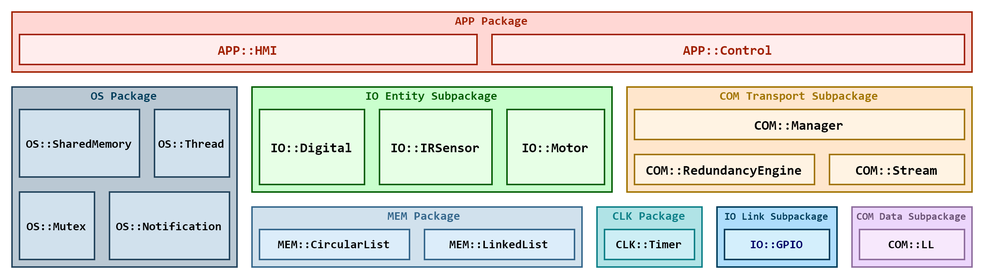
The draw.io diagram Proj/Iterations/1/Design/Navigation-Subsystem/Architectural-Overview/software-stack/full-stack-overview/full-stack-overview.png in LPI2-DreamTeam/rfcar, before a commit. Source tidied: cells renumbered, new cells last; positions are measured from the earlier drawing's top-left corner, leaving out a move shared by most shapes.
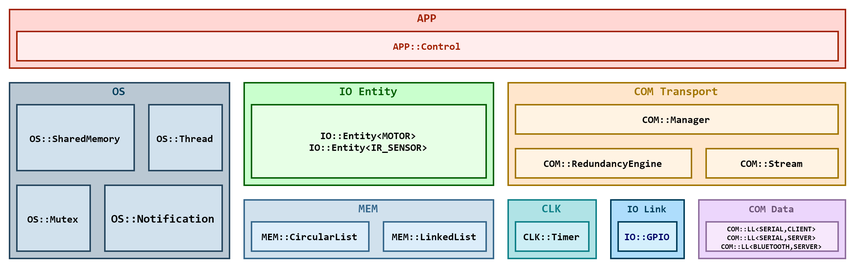
After the commit.

Commit message:
UPDT: Updated diagrams

What changed in the source:
```diff
@@ -3,44 +3,26 @@
     <mxCell id="0" />
     <mxCell id="1" parent="0" />
     <mxCell id="2" style="rounded=0;whiteSpace=wrap;html=1;fontFamily=Consolas;fontSize=9;align=center;fontStyle=1;spacingRight=0;labelPosition=center;verticalLabelPosition=middle;verticalAlign=middle;labelBackgroundColor=none;strokeColor=#A12102;fontColor=#A12102;fillColor=#FFD7D4;" parent="1" vertex="1">
-      <mxGeometry width="640" height="40" as="geometry" />
+      <mxGeometry width="570" height="40" as="geometry" />
     </mxCell>
     <mxCell id="3" style="rounded=0;whiteSpace=wrap;html=1;fontFamily=Consolas;fontSize=9;align=center;fontStyle=1;spacingRight=0;labelPosition=center;verticalLabelPosition=middle;verticalAlign=middle;strokeColor=#035E03;fillColor=#C9FFCD;" parent="1" vertex="1">
-      <mxGeometry x="160" y="50" width="240" height="70" as="geometry" />
+      <mxGeometry x="160" y="50" width="170" height="70" as="geometry" />
     </mxCell>
     <mxCell id="4" style="rounded=0;whiteSpace=wrap;html=1;labelBackgroundColor=none;fontFamily=Consolas;fontSize=8;align=center;gradientDirection=east;fontColor=#333333;fontStyle=1;fillColor=#BAC8D3;strokeColor=#23445D;" parent="1" vertex="1">
       <mxGeometry y="50" width="150" height="120" as="geometry" />
     </mxCell>
     <mxCell id="5" style="rounded=0;whiteSpace=wrap;html=1;labelBackgroundColor=none;fontFamily=Consolas;fontSize=8;align=center;gradientDirection=east;fontStyle=1;fillColor=#b0e3e6;strokeColor=#0e8088;" parent="1" vertex="1">
-      <mxGeometry x="390" y="130" width="70" height="40" as="geometry" />
+      <mxGeometry x="340" y="130" width="60" height="40" as="geometry" />
     </mxCell>
     <mxCell id="6" style="rounded=0;whiteSpace=wrap;html=1;fontSize=9;fontFamily=Consolas;verticalAlign=top;labelPosition=center;verticalLabelPosition=middle;align=center;fillColor=#FFE6CC;strokeColor=#A17400;" parent="1" vertex="1">
-      <mxGeometry x="410" y="50" width="230" height="70" as="geometry" />
+      <mxGeometry x="340" y="50" width="230" height="70" as="geometry" />
     </mxCell>
     <mxCell id="7" style="rounded=0;whiteSpace=wrap;html=1;fontSize=9;fontFamily=Consolas;verticalAlign=top;labelPosition=center;verticalLabelPosition=middle;align=center;fillColor=#ECD6FC;strokeColor=#8F6E9E;" parent="1" vertex="1">
-      <mxGeometry x="560" y="130" width="80" height="40" as="geometry" />
+      <mxGeometry x="470" y="130" width="100" height="40" as="geometry" />
     </mxCell>
-    <mxCell id="8" value="COM::Manager" style="rounded=0;whiteSpace=wrap;html=1;fontFamily=Consolas;fontSize=9;align=center;fontStyle=1;spacingRight=0;labelPosition=center;verticalLabelPosition=middle;verticalAlign=middle;fillColor=#FFF3E3;strokeColor=#A17400;" parent="1" vertex="1">
-      <mxGeometry x="415" y="65" width="220" height="20" as="geometry" />
-    </mxCell>
-    <mxCell id="9" value="APP::Control" style="rounded=0;whiteSpace=wrap;html=1;fontFamily=Consolas;fontSize=9;align=center;fontStyle=1;spacingRight=0;labelPosition=center;verticalLabelPosition=middle;verticalAlign=middle;labelBackgroundColor=none;fillColor=#FFEDED;strokeColor=#A12102;fontColor=#A12102;" parent="1" vertex="1">
-      <mxGeometry x="320" y="15" width="315" height="20" as="geometry" />
-    </mxCell>
-    <mxCell id="10" value="COM::RedundancyEngine" style="rounded=0;whiteSpace=wrap;html=1;fontFamily=Consolas;fontSize=9;align=center;fontStyle=1;spacingRight=0;labelPosition=center;verticalLabelPosition=middle;verticalAlign=middle;horizontal=1;fillColor=#FFF3E3;strokeColor=#A17400;" parent="1" vertex="1">
-      <mxGeometry x="415" y="95" width="120" height="20" as="geometry" />
+    <mxCell id="10" value="COM::RedundancyEngine" style="rounded=0;whiteSpace=wrap;html=1;fontFamily=Consolas;fontSize=7;align=center;fontStyle=1;spacingRight=0;labelPosition=center;verticalLabelPosition=middle;verticalAlign=middle;horizontal=1;fillColor=#FFF3E3;strokeColor=#A17400;" parent="1" vertex="1">
+      <mxGeometry x="345" y="95" width="120" height="20" as="geometry" />
     </mxCell>
-    <mxCell id="11" value="APP::HMI" style="rounded=0;whiteSpace=wrap;html=1;fontFamily=Consolas;fontSize=9;align=center;fontStyle=1;spacingRight=0;labelPosition=center;verticalLabelPosition=middle;verticalAlign=middle;labelBackgroundColor=none;fillColor=#FFEDED;strokeColor=#A12102;fontColor=#A12102;" parent="1" vertex="1">
-      <mxGeometry x="5" y="15" width="305" height="20" as="geometry" />
-    </mxCell>
-    <mxCell id="12" value="IO::Digital" style="rounded=0;whiteSpace=wrap;html=1;fontFamily=Consolas;fontSize=9;align=center;fontStyle=1;spacingRight=0;labelPosition=center;verticalLabelPosition=middle;verticalAlign=middle;fillColor=#E7FFE6;strokeColor=#035E03;" parent="1" vertex="1">
-      <mxGeometry x="165" y="65" width="70" height="50" as="geometry" />
-    </mxCell>
-    <mxCell id="13" value="IO::Motor" style="rounded=0;whiteSpace=wrap;html=1;fontFamily=Consolas;fontSize=9;align=center;fontStyle=1;spacingRight=0;labelPosition=center;verticalLabelPosition=middle;verticalAlign=middle;fillColor=#E7FFE6;strokeColor=#035E03;" parent="1" vertex="1">
-      <mxGeometry x="330" y="65" width="65" height="50" as="geometry" />
-    </mxCell>
-    <mxCell id="14" value="IO::IRSensor" style="rounded=0;whiteSpace=wrap;html=1;fontFamily=Consolas;fontSize=9;align=center;fontStyle=1;spacingRight=0;labelPosition=center;verticalLabelPosition=middle;verticalAlign=middle;fillColor=#E7FFE6;strokeColor=#035E03;" parent="1" vertex="1">
-      <mxGeometry x="245" y="65" width="75" height="50" as="geometry" />
-    </mxCell>
     <mxCell id="15" value="OS::Thread" style="rounded=0;whiteSpace=wrap;html=1;labelBackgroundColor=none;fontFamily=Consolas;fontSize=8;align=center;gradientDirection=east;fontStyle=1;fillColor=#D1E1ED;strokeColor=#23445D;" parent="1" vertex="1">
       <mxGeometry x="95" y="65" width="50" height="45" as="geometry" />
     </mxCell>
@@ -50,56 +32,86 @@
     <mxCell id="17" value="OS::Mutex" style="rounded=0;whiteSpace=wrap;html=1;labelBackgroundColor=none;fontFamily=Consolas;fontSize=8;align=center;gradientDirection=east;fontStyle=1;fillColor=#D1E1ED;strokeColor=#23445D;" parent="1" vertex="1">
       <mxGeometry x="5" y="120" width="50" height="45" as="geometry" />
     </mxCell>
-    <mxCell id="18" value="&lt;font style=&quot;font-size: 8px&quot;&gt;CLK::Timer&lt;/font&gt;" style="rounded=0;whiteSpace=wrap;html=1;labelBackgroundColor=none;fontFamily=Consolas;fontSize=8;align=center;gradientDirection=east;fontStyle=1;strokeColor=#0e8088;fillColor=#CDEEF5;" parent="1" vertex="1">
-      <mxGeometry x="395" y="145" width="60" height="20" as="geometry" />
-    </mxCell>
-    <mxCell id="19" value="COM::LL" style="rounded=0;whiteSpace=wrap;html=1;fontFamily=Consolas;fontSize=8;align=center;fontStyle=1;spacingRight=0;verticalAlign=middle;fillColor=#F7E8FC;strokeColor=#8F6E9E;" parent="1" vertex="1">
-      <mxGeometry x="565" y="145" width="70" height="20" as="geometry" />
+    <mxCell id="19" value="COM::LL&amp;lt;SERIAL,CLIENT&amp;gt;&lt;br style=&quot;font-size: 5px;&quot;&gt;COM::LL&amp;lt;SERIAL,SERVER&amp;gt;&lt;br style=&quot;font-size: 5px;&quot;&gt;COM::LL&amp;lt;BLUETOOTH,SERVER&amp;gt;" style="rounded=0;whiteSpace=wrap;html=1;fontFamily=Consolas;fontSize=5;align=center;fontStyle=1;spacingRight=0;verticalAlign=middle;fillColor=#F7E8FC;strokeColor=#8F6E9E;horizontal=1;" parent="1" vertex="1">
+      <mxGeometry x="475" y="145" width="90" height="20" as="geometry" />
     </mxCell>
-    <mxCell id="20" value="COM::Stream" style="rounded=0;whiteSpace=wrap;html=1;fontFamily=Consolas;fontSize=9;align=center;fontStyle=1;spacingRight=0;labelPosition=center;verticalLabelPosition=middle;verticalAlign=middle;horizontal=1;fillColor=#FFF3E3;strokeColor=#A17400;" parent="1" vertex="1">
-      <mxGeometry x="545" y="95" width="90" height="20" as="geometry" />
+    <mxCell id="20" value="COM::Stream" style="rounded=0;whiteSpace=wrap;html=1;fontFamily=Consolas;fontSize=7;align=center;fontStyle=1;spacingRight=0;labelPosition=center;verticalLabelPosition=middle;verticalAlign=middle;horizontal=1;fillColor=#FFF3E3;strokeColor=#A17400;" parent="1" vertex="1">
+      <mxGeometry x="475" y="95" width="90" height="20" as="geometry" />
     </mxCell>
     <mxCell id="21" style="rounded=0;whiteSpace=wrap;html=1;fontSize=9;fontFamily=Consolas;verticalAlign=top;labelPosition=center;verticalLabelPosition=middle;align=center;fillColor=#AEDDFC;strokeColor=#003D5B;" parent="1" vertex="1">
-      <mxGeometry x="470" y="130" width="80" height="40" as="geometry" />
+      <mxGeometry x="410" y="130" width="50" height="40" as="geometry" />
     </mxCell>
-    <mxCell id="22" value="IO::GPIO" style="rounded=0;whiteSpace=wrap;html=1;fontFamily=Consolas;fontSize=8;align=center;fontStyle=1;spacingRight=0;fontColor=#000066;verticalAlign=middle;fillColor=#D4EFFC;strokeColor=#003D5B;" parent="1" vertex="1">
-      <mxGeometry x="475" y="145" width="70" height="20" as="geometry" />
-    </mxCell>
-    <mxCell id="23" value="&lt;span style=&quot;color: rgb(106, 82, 117); font-weight: 700; font-size: 7px;&quot;&gt;COM Data&amp;nbsp;&lt;/span&gt;&lt;font color=&quot;#6a5275&quot; style=&quot;font-size: 7px;&quot;&gt;&lt;b style=&quot;font-size: 7px;&quot;&gt;Subpackage&lt;/b&gt;&lt;/font&gt;" style="text;html=1;strokeColor=none;fillColor=none;align=center;verticalAlign=middle;whiteSpace=wrap;rounded=0;fontFamily=Consolas;fontSize=7;fontColor=#000000;" parent="1" vertex="1">
-      <mxGeometry x="560" y="130" width="80" height="12" as="geometry" />
+    <mxCell id="23" value="&lt;span style=&quot;color: rgb(106 , 82 , 117) ; font-weight: 700 ; font-size: 7px&quot;&gt;COM Data&lt;/span&gt;" style="text;html=1;strokeColor=none;fillColor=none;align=center;verticalAlign=middle;whiteSpace=wrap;rounded=0;fontFamily=Consolas;fontSize=7;fontColor=#000000;" parent="1" vertex="1">
+      <mxGeometry x="480" y="130" width="80" height="12" as="geometry" />
     </mxCell>
-    <mxCell id="24" value="&lt;span style=&quot;font-weight: 700&quot;&gt;COM Transport&amp;nbsp;&lt;/span&gt;&lt;b&gt;Subpackage&lt;/b&gt;" style="text;html=1;strokeColor=none;fillColor=none;align=center;verticalAlign=middle;whiteSpace=wrap;rounded=0;fontFamily=Consolas;fontSize=8;fontColor=#A17400;" parent="1" vertex="1">
-      <mxGeometry x="460" y="50" width="130" height="12" as="geometry" />
+    <mxCell id="24" value="&lt;span style=&quot;font-weight: 700&quot;&gt;COM Transport&lt;/span&gt;" style="text;html=1;strokeColor=none;fillColor=none;align=center;verticalAlign=middle;whiteSpace=wrap;rounded=0;fontFamily=Consolas;fontSize=8;fontColor=#A17400;" parent="1" vertex="1">
+      <mxGeometry x="390" y="50" width="130" height="12" as="geometry" />
     </mxCell>
-    <mxCell id="25" value="&lt;span style=&quot;font-weight: 700; font-size: 7px;&quot;&gt;IO Link&amp;nbsp;&lt;/span&gt;&lt;b style=&quot;font-size: 7px;&quot;&gt;Subpackage&lt;/b&gt;" style="text;html=1;strokeColor=none;fillColor=none;align=center;verticalAlign=middle;whiteSpace=wrap;rounded=0;fontFamily=Consolas;fontSize=7;fontColor=#003D5B;" parent="1" vertex="1">
-      <mxGeometry x="470" y="130" width="80" height="12" as="geometry" />
+    <mxCell id="25" value="&lt;span style=&quot;font-weight: 700 ; font-size: 7px&quot;&gt;IO Link&lt;/span&gt;" style="text;html=1;strokeColor=none;fillColor=none;align=center;verticalAlign=middle;whiteSpace=wrap;rounded=0;fontFamily=Consolas;fontSize=7;fontColor=#003D5B;" parent="1" vertex="1">
+      <mxGeometry x="418" y="130" width="34" height="12" as="geometry" />
     </mxCell>
-    <mxCell id="26" value="&lt;span style=&quot;font-weight: 700&quot;&gt;CLK&amp;nbsp;&lt;/span&gt;&lt;b&gt;Package&lt;/b&gt;" style="text;html=1;strokeColor=none;fillColor=none;align=center;verticalAlign=middle;whiteSpace=wrap;rounded=0;fontFamily=Consolas;fontSize=8;fontColor=#0E8088;" parent="1" vertex="1">
-      <mxGeometry x="395" y="130" width="60" height="12" as="geometry" />
+    <mxCell id="26" value="&lt;span style=&quot;font-weight: 700&quot;&gt;CLK&lt;/span&gt;" style="text;html=1;strokeColor=none;fillColor=none;align=center;verticalAlign=middle;whiteSpace=wrap;rounded=0;fontFamily=Consolas;fontSize=8;fontColor=#0E8088;" parent="1" vertex="1">
+      <mxGeometry x="352" y="130" width="36" height="12" as="geometry" />
     </mxCell>
     <mxCell id="27" value="OS::Notification" style="rounded=0;whiteSpace=wrap;html=1;labelBackgroundColor=none;fontFamily=Consolas;fontSize=8;align=center;gradientDirection=east;fontStyle=1;fillColor=#D1E1ED;strokeColor=#23445D;" parent="1" vertex="1">
       <mxGeometry x="65" y="120" width="80" height="45" as="geometry" />
     </mxCell>
-    <mxCell id="28" value="&lt;span style=&quot;font-weight: 700&quot;&gt;&lt;font&gt;OS&amp;nbsp;&lt;/font&gt;&lt;/span&gt;&lt;b&gt;Package&lt;/b&gt;" style="text;html=1;strokeColor=none;fillColor=none;align=center;verticalAlign=middle;whiteSpace=wrap;rounded=0;fontFamily=Consolas;fontSize=8;fontColor=#003D5B;" parent="1" vertex="1">
+    <mxCell id="28" value="&lt;span style=&quot;font-weight: 700&quot;&gt;&lt;font&gt;OS&lt;/font&gt;&lt;/span&gt;" style="text;html=1;strokeColor=none;fillColor=none;align=center;verticalAlign=middle;whiteSpace=wrap;rounded=0;fontFamily=Consolas;fontSize=8;fontColor=#003D5B;" parent="1" vertex="1">
       <mxGeometry x="25" y="50" width="100" height="12" as="geometry" />
     </mxCell>
-    <mxCell id="29" value="&lt;span style=&quot;font-weight: 700&quot;&gt;IO Entity Subp&lt;/span&gt;&lt;b&gt;ackage&lt;/b&gt;" style="text;html=1;align=center;verticalAlign=middle;whiteSpace=wrap;rounded=0;fontFamily=Consolas;fontSize=8;fontColor=#035E03;" parent="1" vertex="1">
-      <mxGeometry x="230" y="50" width="100" height="12" as="geometry" />
+    <mxCell id="29" value="&lt;span style=&quot;font-weight: 700&quot;&gt;IO Entity&lt;/span&gt;" style="text;html=1;align=center;verticalAlign=middle;whiteSpace=wrap;rounded=0;fontFamily=Consolas;fontSize=8;fontColor=#035E03;" parent="1" vertex="1">
+      <mxGeometry x="195" y="50" width="100" height="12" as="geometry" />
     </mxCell>
-    <mxCell id="30" value="&lt;span style=&quot;font-weight: 700&quot;&gt;APP Package&lt;/span&gt;" style="text;html=1;align=center;verticalAlign=middle;whiteSpace=wrap;rounded=0;fontFamily=Consolas;fontSize=8;fontColor=#A12102;" parent="1" vertex="1">
-      <mxGeometry x="275" width="90" height="12" as="geometry" />
+    <mxCell id="30" value="&lt;span style=&quot;font-weight: 700&quot;&gt;APP&lt;/span&gt;" style="text;html=1;align=center;verticalAlign=middle;whiteSpace=wrap;rounded=0;fontFamily=Consolas;fontSize=8;fontColor=#A12102;" parent="1" vertex="1">
+      <mxGeometry x="240" width="90" height="12" as="geometry" />
     </mxCell>
     <mxCell id="31" style="rounded=0;whiteSpace=wrap;html=1;labelBackgroundColor=none;fontFamily=Consolas;fontSize=8;align=center;gradientDirection=east;fontStyle=1;fillColor=#D1E1ED;strokeColor=#35678C;" parent="1" vertex="1">
-      <mxGeometry x="160" y="130" width="220" height="40" as="geometry" />
+      <mxGeometry x="160" y="130" width="170" height="40" as="geometry" />
     </mxCell>
     <mxCell id="32" value="&lt;font style=&quot;font-size: 8px&quot;&gt;MEM::CircularList&lt;/font&gt;" style="rounded=0;whiteSpace=wrap;html=1;labelBackgroundColor=none;fontFamily=Consolas;fontSize=8;align=center;gradientDirection=east;fontStyle=1;fillColor=#DCEDFA;strokeColor=#35678C;" parent="1" vertex="1">
-      <mxGeometry x="165" y="145" width="100" height="20" as="geometry" />
+      <mxGeometry x="165" y="145" width="80" height="20" as="geometry" />
     </mxCell>
-    <mxCell id="33" value="&lt;span style=&quot;font-weight: 700&quot;&gt;MEM&amp;nbsp;&lt;/span&gt;&lt;b&gt;Package&lt;/b&gt;" style="text;html=1;strokeColor=none;fillColor=none;align=center;verticalAlign=middle;whiteSpace=wrap;rounded=0;fontFamily=Consolas;fontSize=8;fontColor=#35678C;" parent="1" vertex="1">
-      <mxGeometry x="240" y="130" width="70" height="12" as="geometry" />
+    <mxCell id="33" value="&lt;span style=&quot;font-weight: 700&quot;&gt;MEM&lt;/span&gt;" style="text;html=1;strokeColor=none;fillColor=none;align=center;verticalAlign=middle;whiteSpace=wrap;rounded=0;fontFamily=Consolas;fontSize=8;fontColor=#35678C;" parent="1" vertex="1">
+      <mxGeometry x="210" y="130" width="70" height="12" as="geometry" />
     </mxCell>
     <mxCell id="34" value="&lt;font style=&quot;font-size: 8px&quot;&gt;MEM::LinkedList&lt;/font&gt;" style="rounded=0;whiteSpace=wrap;html=1;labelBackgroundColor=none;fontFamily=Consolas;fontSize=8;align=center;gradientDirection=east;fontStyle=1;fillColor=#DCEDFA;strokeColor=#35678C;" parent="1" vertex="1">
-      <mxGeometry x="275" y="145" width="100" height="20" as="geometry" />
+      <mxGeometry x="255" y="145" width="70" height="20" as="geometry" />
     </mxCell>
+    <mxCell id="35" value="&lt;font style=&quot;font-size: 8px&quot;&gt;MEM::LinkedList&lt;/font&gt;" style="rounded=0;whiteSpace=wrap;html=1;labelBackgroundColor=none;fontFamily=Consolas;fontSize=8;align=center;gradientDirection=east;fontStyle=1;fillColor=#DCEDFA;strokeColor=#35678C;" parent="1" vertex="1">
+      <mxGeometry x="255" y="145" width="70" height="20" as="geometry" />
+    </mxCell>
+    <mxCell id="36" value="&lt;font style=&quot;font-size: 8px&quot;&gt;MEM::CircularList&lt;/font&gt;" style="rounded=0;whiteSpace=wrap;html=1;labelBackgroundColor=none;fontFamily=Consolas;fontSize=8;align=center;gradientDirection=east;fontStyle=1;fillColor=#DCEDFA;strokeColor=#35678C;" parent="1" vertex="1">
+      <mxGeometry x="165" y="145" width="80" height="20" as="geometry" />
+    </mxCell>
+    <mxCell id="22" value="IO::GPIO" style="rounded=0;whiteSpace=wrap;html=1;fontFamily=Consolas;fontSize=7;align=center;fontStyle=1;spacingRight=0;fontColor=#000066;verticalAlign=middle;fillColor=#D4EFFC;strokeColor=#003D5B;" parent="1" vertex="1">
+      <mxGeometry x="415" y="145" width="40" height="20" as="geometry" />
+    </mxCell>
+    <mxCell id="18" value="&lt;font style=&quot;font-size: 7px;&quot;&gt;CLK::Timer&lt;/font&gt;" style="rounded=0;whiteSpace=wrap;html=1;labelBackgroundColor=none;fontFamily=Consolas;fontSize=7;align=center;gradientDirection=east;fontStyle=1;strokeColor=#0e8088;fillColor=#CDEEF5;" parent="1" vertex="1">
+      <mxGeometry x="345" y="145" width="50" height="20" as="geometry" />
+    </mxCell>
+    <mxCell id="37" value="&lt;font style=&quot;font-size: 7px;&quot;&gt;MEM::LinkedList&lt;/font&gt;" style="rounded=0;whiteSpace=wrap;html=1;labelBackgroundColor=none;fontFamily=Consolas;fontSize=7;align=center;gradientDirection=east;fontStyle=1;fillColor=#DCEDFA;strokeColor=#35678C;" parent="1" vertex="1">
+      <mxGeometry x="255" y="145" width="70" height="20" as="geometry" />
+    </mxCell>
+    <mxCell id="38" value="&lt;font style=&quot;font-size: 7px;&quot;&gt;MEM::CircularList&lt;/font&gt;" style="rounded=0;whiteSpace=wrap;html=1;labelBackgroundColor=none;fontFamily=Consolas;fontSize=7;align=center;gradientDirection=east;fontStyle=1;fillColor=#DCEDFA;strokeColor=#35678C;" parent="1" vertex="1">
+      <mxGeometry x="165" y="145" width="80" height="20" as="geometry" />
+    </mxCell>
+    <mxCell id="39" value="OS::Mutex" style="rounded=0;whiteSpace=wrap;html=1;labelBackgroundColor=none;fontFamily=Consolas;fontSize=7;align=center;gradientDirection=east;fontStyle=1;fillColor=#D1E1ED;strokeColor=#23445D;" parent="1" vertex="1">
+      <mxGeometry x="5" y="120" width="50" height="45" as="geometry" />
+    </mxCell>
+    <mxCell id="40" value="OS::SharedMemory" style="rounded=0;whiteSpace=wrap;html=1;labelBackgroundColor=none;fontFamily=Consolas;fontSize=7;align=center;gradientDirection=east;fontStyle=1;fillColor=#D1E1ED;strokeColor=#23445D;" parent="1" vertex="1">
+      <mxGeometry x="5" y="65" width="80" height="45" as="geometry" />
+    </mxCell>
+    <mxCell id="41" value="OS::Thread" style="rounded=0;whiteSpace=wrap;html=1;labelBackgroundColor=none;fontFamily=Consolas;fontSize=7;align=center;gradientDirection=east;fontStyle=1;fillColor=#D1E1ED;strokeColor=#23445D;" parent="1" vertex="1">
+      <mxGeometry x="95" y="65" width="50" height="45" as="geometry" />
+    </mxCell>
+    <mxCell id="9" value="APP::Control" style="rounded=0;whiteSpace=wrap;html=1;fontFamily=Consolas;fontSize=7;align=center;fontStyle=1;spacingRight=0;labelPosition=center;verticalLabelPosition=middle;verticalAlign=middle;labelBackgroundColor=none;fillColor=#FFEDED;strokeColor=#A12102;fontColor=#A12102;" parent="1" vertex="1">
+      <mxGeometry x="5" y="15" width="560" height="20" as="geometry" />
+    </mxCell>
+    <mxCell id="42" value="IO::Entity&amp;lt;MOTOR&amp;gt;&lt;br style=&quot;font-size: 7px;&quot;&gt;IO::Entity&amp;lt;IR_SENSOR&amp;gt;" style="rounded=0;whiteSpace=wrap;html=1;fontFamily=Consolas;fontSize=7;align=center;fontStyle=1;spacingRight=0;labelPosition=center;verticalLabelPosition=middle;verticalAlign=middle;fillColor=#E7FFE6;strokeColor=#035E03;" parent="1" vertex="1">
+      <mxGeometry x="165" y="65" width="160" height="50" as="geometry" />
+    </mxCell>
+    <mxCell id="8" value="COM::Manager" style="rounded=0;whiteSpace=wrap;html=1;fontFamily=Consolas;fontSize=7;align=center;fontStyle=1;spacingRight=0;labelPosition=center;verticalLabelPosition=middle;verticalAlign=middle;fillColor=#FFF3E3;strokeColor=#A17400;" parent="1" vertex="1">
+      <mxGeometry x="345" y="65" width="220" height="20" as="geometry" />
+    </mxCell>
   </root>
 </mxGraphModel>
```
